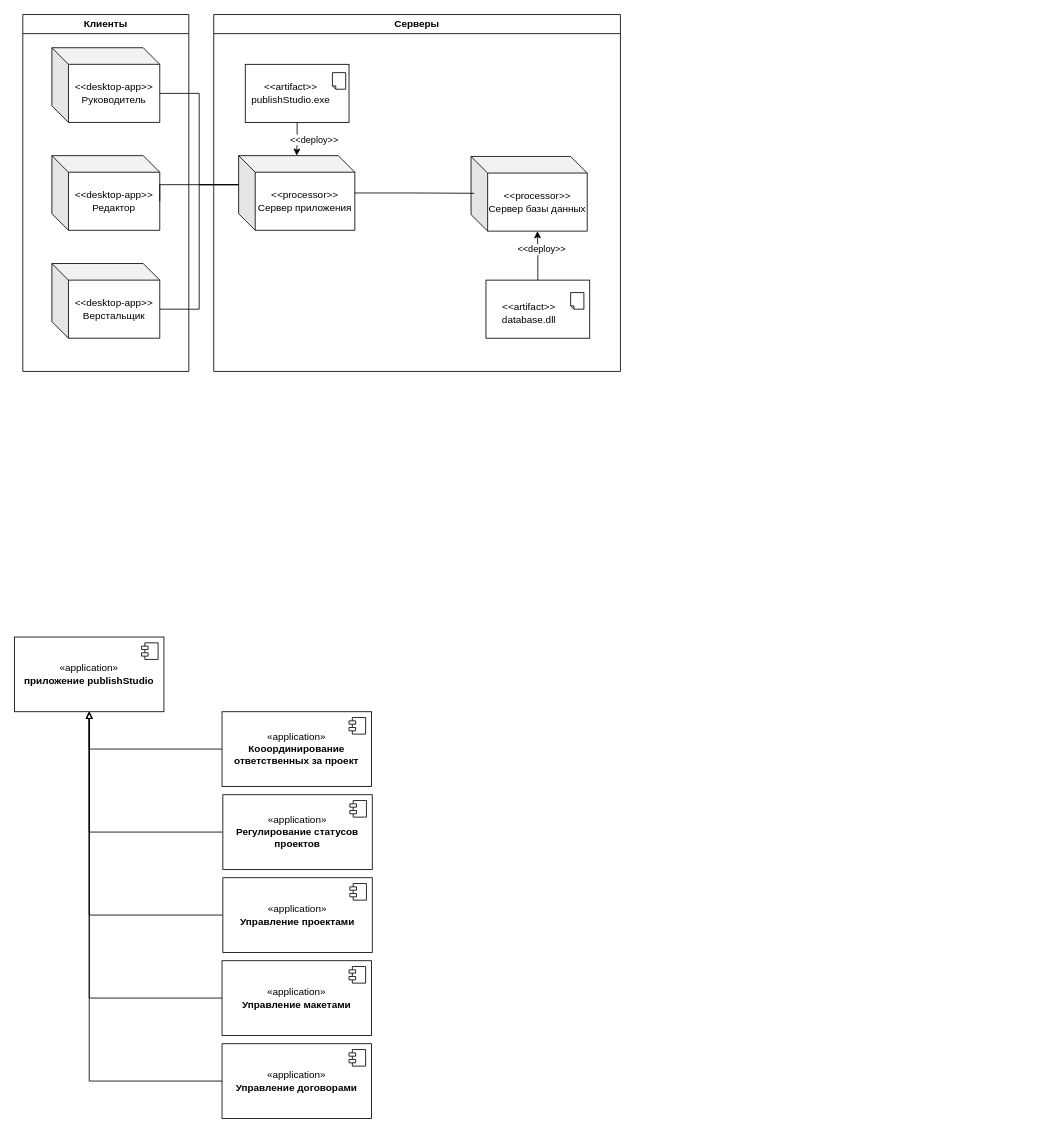
Above: prac7.drawio in danaddi/draw.io (draw.io), before the change. Source tidied: cells renumbered, new cells numbered last; positions are measured from the earlier drawing's top-left corner, leaving out a move shared by most shapes. Both pictures are drawn from the tidied source at 83%, with x=0, y=0 at pixel (14, 14).
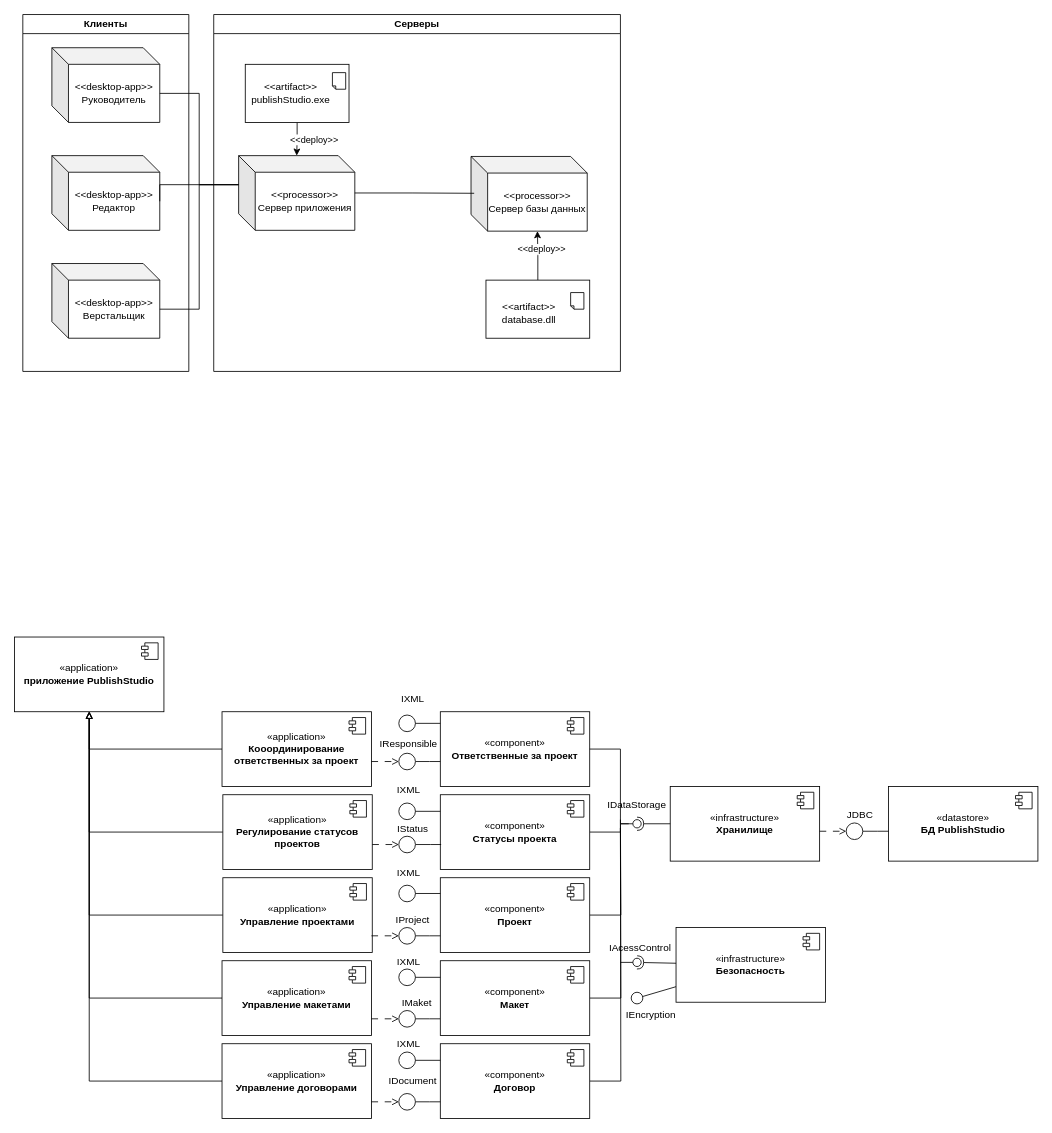
The same page after the edit.

Diff of the diagram source:
```diff
@@
-    <mxCell id="23" value="«application»&lt;br&gt;&lt;b&gt;приложение publishStudio&lt;/b&gt;" style="html=1;whiteSpace=wrap;" parent="1" vertex="1">
+    <mxCell id="23" value="«application»&lt;br&gt;&lt;b&gt;приложение PublishStudio&lt;/b&gt;" style="html=1;whiteSpace=wrap;" parent="1" vertex="1">
       <mxGeometry y="750" width="180" height="90" as="geometry" />
     </mxCell>
@@
+    <mxCell id="40" value="«component»&lt;br&gt;&lt;b&gt;Ответственные за проект&lt;/b&gt;" style="html=1;whiteSpace=wrap;" parent="1" vertex="1">
+      <mxGeometry x="513" y="840" width="180" height="90" as="geometry" />
+    </mxCell>
+    <mxCell id="41" style="shape=module;jettyWidth=8;jettyHeight=4;" parent="40" vertex="1">
+      <mxGeometry x="1" width="20" height="20" relative="1" as="geometry">
+        <mxPoint x="-27" y="7" as="offset" />
+      </mxGeometry>
+    </mxCell>
+    <mxCell id="42" style="edgeStyle=orthogonalEdgeStyle;rounded=0;jettySize=auto;html=1;exitX=1;exitY=0.5;exitDx=0;exitDy=0;endArrow=none;endFill=0;" parent="1" edge="1" source="43">
+      <mxGeometry relative="1" as="geometry">
+        <mxPoint x="740" y="975" as="targetPoint" />
+        <Array as="points">
+          <mxPoint x="730" y="985" />
+          <mxPoint x="730" y="975" />
+        </Array>
+      </mxGeometry>
+    </mxCell>
+    <mxCell id="43" value="«component»&lt;br&gt;&lt;b&gt;Статусы проекта&lt;/b&gt;" style="html=1;whiteSpace=wrap;" parent="1" vertex="1">
+      <mxGeometry x="513" y="940" width="180" height="90" as="geometry" />
+    </mxCell>
+    <mxCell id="44" style="shape=module;jettyWidth=8;jettyHeight=4;" parent="43" vertex="1">
+      <mxGeometry x="1" width="20" height="20" relative="1" as="geometry">
+        <mxPoint x="-27" y="7" as="offset" />
+      </mxGeometry>
+    </mxCell>
+    <mxCell id="45" style="edgeStyle=orthogonalEdgeStyle;rounded=0;jettySize=auto;html=1;endArrow=none;endFill=0;" parent="1" edge="1" source="46">
+      <mxGeometry relative="1" as="geometry">
+        <mxPoint x="730" y="970" as="targetPoint" />
+      </mxGeometry>
+    </mxCell>
+    <mxCell id="46" value="«component»&lt;br&gt;&lt;b&gt;Проект&lt;/b&gt;" style="html=1;whiteSpace=wrap;" parent="1" vertex="1">
+      <mxGeometry x="513" y="1040" width="180" height="90" as="geometry" />
+    </mxCell>
+    <mxCell id="47" style="shape=module;jettyWidth=8;jettyHeight=4;" parent="46" vertex="1">
+      <mxGeometry x="1" width="20" height="20" relative="1" as="geometry">
+        <mxPoint x="-27" y="7" as="offset" />
+      </mxGeometry>
+    </mxCell>
+    <mxCell id="48" style="edgeStyle=orthogonalEdgeStyle;rounded=0;jettySize=auto;html=1;entryX=1;entryY=0.5;entryDx=0;entryDy=0;endArrow=none;endFill=0;" parent="1" edge="1" target="55">
+      <mxGeometry relative="1" as="geometry">
+        <mxPoint x="513" y="1210" as="sourcePoint" />
+        <Array as="points">
+          <mxPoint x="500" y="1210" />
+          <mxPoint x="500" y="1210" />
+        </Array>
+      </mxGeometry>
+    </mxCell>
+    <mxCell id="49" style="edgeStyle=orthogonalEdgeStyle;rounded=0;jettySize=auto;html=1;endArrow=none;endFill=0;" parent="1" edge="1" source="50">
+      <mxGeometry relative="1" as="geometry">
+        <mxPoint x="730" y="980" as="targetPoint" />
+      </mxGeometry>
+    </mxCell>
+    <mxCell id="50" value="«component»&lt;br&gt;&lt;b&gt;Макет&lt;/b&gt;" style="html=1;whiteSpace=wrap;" parent="1" vertex="1">
+      <mxGeometry x="513" y="1140" width="180" height="90" as="geometry" />
+    </mxCell>
+    <mxCell id="51" style="shape=module;jettyWidth=8;jettyHeight=4;" parent="50" vertex="1">
+      <mxGeometry x="1" width="20" height="20" relative="1" as="geometry">
+        <mxPoint x="-27" y="7" as="offset" />
+      </mxGeometry>
+    </mxCell>
+    <mxCell id="52" style="edgeStyle=orthogonalEdgeStyle;rounded=0;jettySize=auto;html=1;exitX=1;exitY=0.5;exitDx=0;exitDy=0;endArrow=none;endFill=0;" parent="1" edge="1" source="53">
+      <mxGeometry relative="1" as="geometry">
+        <mxPoint x="730" y="980" as="targetPoint" />
+      </mxGeometry>
+    </mxCell>
+    <mxCell id="53" value="«component»&lt;br&gt;&lt;b&gt;Договор&lt;/b&gt;" style="html=1;whiteSpace=wrap;" parent="1" vertex="1">
+      <mxGeometry x="513" y="1240" width="180" height="90" as="geometry" />
+    </mxCell>
+    <mxCell id="54" style="shape=module;jettyWidth=8;jettyHeight=4;" parent="53" vertex="1">
+      <mxGeometry x="1" width="20" height="20" relative="1" as="geometry">
+        <mxPoint x="-27" y="7" as="offset" />
+      </mxGeometry>
+    </mxCell>
+    <mxCell id="55" style="ellipse;html=1;" parent="1" vertex="1">
+      <mxGeometry x="463" y="1200" width="20" height="20" as="geometry" />
+    </mxCell>
+    <mxCell id="56" style="endArrow=open;html=1;rounded=0;align=center;verticalAlign=top;endFill=0;labelBackgroundColor=none;endSize=6;dashed=1;dashPattern=8 8;" parent="1" edge="1" target="55">
+      <mxGeometry relative="1" as="geometry">
+        <mxPoint x="430" y="1210" as="sourcePoint" />
+      </mxGeometry>
+    </mxCell>
+    <mxCell id="57" style="edgeStyle=orthogonalEdgeStyle;rounded=0;jettySize=auto;html=1;entryX=1;entryY=0.5;entryDx=0;entryDy=0;endArrow=none;endFill=0;" parent="1" edge="1" target="58">
+      <mxGeometry relative="1" as="geometry">
+        <mxPoint x="513" y="1110" as="sourcePoint" />
+        <Array as="points">
+          <mxPoint x="500" y="1110" />
+          <mxPoint x="500" y="1110" />
+        </Array>
+      </mxGeometry>
+    </mxCell>
+    <mxCell id="58" style="ellipse;html=1;" parent="1" vertex="1">
+      <mxGeometry x="463" y="1100" width="20" height="20" as="geometry" />
+    </mxCell>
+    <mxCell id="59" style="endArrow=open;html=1;rounded=0;align=center;verticalAlign=top;endFill=0;labelBackgroundColor=none;endSize=6;dashed=1;dashPattern=8 8;" parent="1" edge="1" target="58">
+      <mxGeometry relative="1" as="geometry">
+        <mxPoint x="430" y="1110" as="sourcePoint" />
+      </mxGeometry>
+    </mxCell>
+    <mxCell id="60" style="edgeStyle=orthogonalEdgeStyle;rounded=0;jettySize=auto;html=1;entryX=1;entryY=0.5;entryDx=0;entryDy=0;endArrow=none;endFill=0;" parent="1" edge="1" target="61">
+      <mxGeometry relative="1" as="geometry">
+        <mxPoint x="514" y="1000" as="sourcePoint" />
+        <Array as="points">
+          <mxPoint x="501" y="1000" />
+          <mxPoint x="501" y="1000" />
+        </Array>
+      </mxGeometry>
+    </mxCell>
+    <mxCell id="61" style="ellipse;html=1;" parent="1" vertex="1">
+      <mxGeometry x="463" y="990" width="20" height="20" as="geometry" />
+    </mxCell>
+    <mxCell id="62" style="endArrow=open;html=1;rounded=0;align=center;verticalAlign=top;endFill=0;labelBackgroundColor=none;endSize=6;dashed=1;dashPattern=8 8;" parent="1" edge="1" target="61">
+      <mxGeometry relative="1" as="geometry">
+        <mxPoint x="431" y="1000" as="sourcePoint" />
+      </mxGeometry>
+    </mxCell>
+    <mxCell id="63" style="edgeStyle=orthogonalEdgeStyle;rounded=0;jettySize=auto;html=1;entryX=1;entryY=0.5;entryDx=0;entryDy=0;endArrow=none;endFill=0;" parent="1" edge="1" target="64">
+      <mxGeometry relative="1" as="geometry">
+        <mxPoint x="513" y="900" as="sourcePoint" />
+        <Array as="points">
+          <mxPoint x="500" y="900" />
+          <mxPoint x="500" y="900" />
+        </Array>
+      </mxGeometry>
+    </mxCell>
+    <mxCell id="64" style="ellipse;html=1;" parent="1" vertex="1">
+      <mxGeometry x="463" y="890" width="20" height="20" as="geometry" />
+    </mxCell>
+    <mxCell id="65" style="endArrow=open;html=1;rounded=0;align=center;verticalAlign=top;endFill=0;labelBackgroundColor=none;endSize=6;dashed=1;dashPattern=8 8;" parent="1" edge="1" target="64">
+      <mxGeometry relative="1" as="geometry">
+        <mxPoint x="430" y="900" as="sourcePoint" />
+      </mxGeometry>
+    </mxCell>
+    <mxCell id="66" style="edgeStyle=orthogonalEdgeStyle;rounded=0;jettySize=auto;html=1;entryX=1;entryY=0.5;entryDx=0;entryDy=0;endArrow=none;endFill=0;" parent="1" edge="1" target="67">
+      <mxGeometry relative="1" as="geometry">
+        <mxPoint x="513" y="1310" as="sourcePoint" />
+        <Array as="points">
+          <mxPoint x="500" y="1310" />
+          <mxPoint x="500" y="1310" />
+        </Array>
+      </mxGeometry>
+    </mxCell>
+    <mxCell id="67" style="ellipse;html=1;" parent="1" vertex="1">
+      <mxGeometry x="463" y="1300" width="20" height="20" as="geometry" />
+    </mxCell>
+    <mxCell id="68" style="endArrow=open;html=1;rounded=0;align=center;verticalAlign=top;endFill=0;labelBackgroundColor=none;endSize=6;dashed=1;dashPattern=8 8;" parent="1" edge="1" target="67">
+      <mxGeometry relative="1" as="geometry">
+        <mxPoint x="430" y="1310" as="sourcePoint" />
+      </mxGeometry>
+    </mxCell>
+    <mxCell id="69" value="IDocument" style="text;html=1;whiteSpace=wrap;strokeColor=none;fillColor=none;align=center;verticalAlign=middle;rounded=0;" parent="1" vertex="1">
+      <mxGeometry x="450" y="1270" width="60" height="30" as="geometry" />
+    </mxCell>
+    <mxCell id="70" value="IMaket" style="text;html=1;whiteSpace=wrap;strokeColor=none;fillColor=none;align=center;verticalAlign=middle;rounded=0;" parent="1" vertex="1">
+      <mxGeometry x="455" y="1176" width="60" height="30" as="geometry" />
+    </mxCell>
+    <mxCell id="71" value="IProject" style="text;html=1;whiteSpace=wrap;strokeColor=none;fillColor=none;align=center;verticalAlign=middle;rounded=0;" parent="1" vertex="1">
+      <mxGeometry x="450" y="1076" width="60" height="30" as="geometry" />
+    </mxCell>
+    <mxCell id="72" value="IStatus" style="text;html=1;whiteSpace=wrap;strokeColor=none;fillColor=none;align=center;verticalAlign=middle;rounded=0;" parent="1" vertex="1">
+      <mxGeometry x="450" y="966" width="60" height="30" as="geometry" />
+    </mxCell>
+    <mxCell id="73" value="IResponsible" style="text;html=1;whiteSpace=wrap;strokeColor=none;fillColor=none;align=center;verticalAlign=middle;rounded=0;" parent="1" vertex="1">
+      <mxGeometry x="445" y="864" width="60" height="30" as="geometry" />
+    </mxCell>
+    <mxCell id="74" style="ellipse;html=1;" parent="1" vertex="1">
+      <mxGeometry x="463" y="844" width="20" height="20" as="geometry" />
+    </mxCell>
+    <mxCell id="75" style="endArrow=none;html=1;rounded=0;align=center;verticalAlign=top;endFill=0;labelBackgroundColor=none;endSize=6;" parent="1" edge="1" target="74">
+      <mxGeometry relative="1" as="geometry">
+        <mxPoint x="513" y="854" as="sourcePoint" />
+      </mxGeometry>
+    </mxCell>
+    <mxCell id="76" style="ellipse;html=1;" parent="1" vertex="1">
+      <mxGeometry x="463" y="950" width="20" height="20" as="geometry" />
+    </mxCell>
+    <mxCell id="77" style="endArrow=none;html=1;rounded=0;align=center;verticalAlign=top;endFill=0;labelBackgroundColor=none;endSize=6;" parent="1" edge="1" target="76">
+      <mxGeometry relative="1" as="geometry">
+        <mxPoint x="513" y="960" as="sourcePoint" />
+      </mxGeometry>
+    </mxCell>
+    <mxCell id="78" style="ellipse;html=1;" parent="1" vertex="1">
+      <mxGeometry x="463" y="1049" width="20" height="20" as="geometry" />
+    </mxCell>
+    <mxCell id="79" style="endArrow=none;html=1;rounded=0;align=center;verticalAlign=top;endFill=0;labelBackgroundColor=none;endSize=6;" parent="1" edge="1" target="78">
+      <mxGeometry relative="1" as="geometry">
+        <mxPoint x="513" y="1059" as="sourcePoint" />
+      </mxGeometry>
+    </mxCell>
+    <mxCell id="80" style="ellipse;html=1;" parent="1" vertex="1">
+      <mxGeometry x="463" y="1150" width="20" height="20" as="geometry" />
+    </mxCell>
+    <mxCell id="81" style="endArrow=none;html=1;rounded=0;align=center;verticalAlign=top;endFill=0;labelBackgroundColor=none;endSize=6;" parent="1" edge="1" target="80">
+      <mxGeometry relative="1" as="geometry">
+        <mxPoint x="513" y="1160" as="sourcePoint" />
+      </mxGeometry>
+    </mxCell>
+    <mxCell id="82" style="ellipse;html=1;" parent="1" vertex="1">
+      <mxGeometry x="463" y="1250" width="20" height="20" as="geometry" />
+    </mxCell>
+    <mxCell id="83" style="endArrow=none;html=1;rounded=0;align=center;verticalAlign=top;endFill=0;labelBackgroundColor=none;endSize=6;" parent="1" edge="1" target="82">
+      <mxGeometry relative="1" as="geometry">
+        <mxPoint x="513" y="1260" as="sourcePoint" />
+      </mxGeometry>
+    </mxCell>
+    <mxCell id="84" value="IXML" style="text;html=1;whiteSpace=wrap;strokeColor=none;fillColor=none;align=center;verticalAlign=middle;rounded=0;" parent="1" vertex="1">
+      <mxGeometry x="450" y="810" width="60" height="30" as="geometry" />
+    </mxCell>
+    <mxCell id="85" value="IXML" style="text;html=1;whiteSpace=wrap;strokeColor=none;fillColor=none;align=center;verticalAlign=middle;rounded=0;" parent="1" vertex="1">
+      <mxGeometry x="445" y="920" width="60" height="30" as="geometry" />
+    </mxCell>
+    <mxCell id="86" value="IXML" style="text;html=1;whiteSpace=wrap;strokeColor=none;fillColor=none;align=center;verticalAlign=middle;rounded=0;" parent="1" vertex="1">
+      <mxGeometry x="445" y="1019" width="60" height="30" as="geometry" />
+    </mxCell>
+    <mxCell id="87" value="IXML" style="text;html=1;whiteSpace=wrap;strokeColor=none;fillColor=none;align=center;verticalAlign=middle;rounded=0;" parent="1" vertex="1">
+      <mxGeometry x="445" y="1127" width="60" height="30" as="geometry" />
+    </mxCell>
+    <mxCell id="88" value="IXML" style="text;html=1;whiteSpace=wrap;strokeColor=none;fillColor=none;align=center;verticalAlign=middle;rounded=0;" parent="1" vertex="1">
+      <mxGeometry x="445" y="1225" width="60" height="30" as="geometry" />
+    </mxCell>
+    <mxCell id="89" value="«infrastructure»&lt;br&gt;&lt;b&gt;Хранилище&lt;/b&gt;" style="html=1;whiteSpace=wrap;" parent="1" vertex="1">
+      <mxGeometry x="790" y="930" width="180" height="90" as="geometry" />
+    </mxCell>
+    <mxCell id="90" style="shape=module;jettyWidth=8;jettyHeight=4;" parent="89" vertex="1">
+      <mxGeometry x="1" width="20" height="20" relative="1" as="geometry">
+        <mxPoint x="-27" y="7" as="offset" />
+      </mxGeometry>
+    </mxCell>
+    <mxCell id="91" value="«infrastructure»&lt;br&gt;&lt;b&gt;Безопасность&lt;/b&gt;" style="html=1;whiteSpace=wrap;" parent="1" vertex="1">
+      <mxGeometry x="797" y="1100" width="180" height="90" as="geometry" />
+    </mxCell>
+    <mxCell id="92" style="shape=module;jettyWidth=8;jettyHeight=4;" parent="91" vertex="1">
+      <mxGeometry x="1" width="20" height="20" relative="1" as="geometry">
+        <mxPoint x="-27" y="7" as="offset" />
+      </mxGeometry>
+    </mxCell>
+    <mxCell id="93" value="«datastore»&lt;br&gt;&lt;b&gt;БД PublishStudio&lt;/b&gt;" style="html=1;whiteSpace=wrap;" parent="1" vertex="1">
+      <mxGeometry x="1053" y="930" width="180" height="90" as="geometry" />
+    </mxCell>
+    <mxCell id="94" style="shape=module;jettyWidth=8;jettyHeight=4;" parent="93" vertex="1">
+      <mxGeometry x="1" width="20" height="20" relative="1" as="geometry">
+        <mxPoint x="-27" y="7" as="offset" />
+      </mxGeometry>
+    </mxCell>
+    <mxCell id="95" style="edgeStyle=orthogonalEdgeStyle;rounded=0;jettySize=auto;html=1;entryX=1;entryY=0.5;entryDx=0;entryDy=0;endArrow=none;endFill=0;" parent="1" edge="1" target="96">
+      <mxGeometry relative="1" as="geometry">
+        <mxPoint x="1053" y="984" as="sourcePoint" />
+        <Array as="points">
+          <mxPoint x="1040" y="984" />
+          <mxPoint x="1040" y="984" />
+        </Array>
+      </mxGeometry>
+    </mxCell>
+    <mxCell id="96" style="ellipse;html=1;" parent="1" vertex="1">
+      <mxGeometry x="1002" y="974" width="20" height="20" as="geometry" />
+    </mxCell>
+    <mxCell id="97" style="endArrow=open;html=1;rounded=0;align=center;verticalAlign=top;endFill=0;labelBackgroundColor=none;endSize=6;dashed=1;dashPattern=8 8;" parent="1" edge="1" target="96">
+      <mxGeometry relative="1" as="geometry">
+        <mxPoint x="970" y="984" as="sourcePoint" />
+      </mxGeometry>
+    </mxCell>
+    <mxCell id="98" value="JDBC" style="text;html=1;whiteSpace=wrap;strokeColor=none;fillColor=none;align=center;verticalAlign=middle;rounded=0;" parent="1" vertex="1">
+      <mxGeometry x="989" y="950" width="60" height="30" as="geometry" />
+    </mxCell>
+    <mxCell id="99" style="rounded=0;jettySize=auto;html=1;endArrow=halfCircle;endFill=0;endSize=6;strokeWidth=1;sketch=0;exitX=0;exitY=0.5;exitDx=0;exitDy=0;" parent="1" edge="1" source="89" target="101">
+      <mxGeometry relative="1" as="geometry" />
+    </mxCell>
+    <mxCell id="100" style="rounded=0;jettySize=auto;html=1;endArrow=oval;endFill=0;sketch=0;sourcePerimeterSpacing=0;targetPerimeterSpacing=0;endSize=10;exitX=1;exitY=0.5;exitDx=0;exitDy=0;edgeStyle=orthogonalEdgeStyle;" parent="1" edge="1" source="40" target="101">
+      <mxGeometry relative="1" as="geometry">
+        <Array as="points">
+          <mxPoint x="730" y="885" />
+          <mxPoint x="730" y="975" />
+        </Array>
+      </mxGeometry>
+    </mxCell>
+    <mxCell id="101" style="ellipse;whiteSpace=wrap;html=1;align=center;fillColor=none;strokeColor=none;perimeter=centerPerimeter;points=[];outlineConnect=1;" parent="1" vertex="1">
+      <mxGeometry x="745" y="970" width="10" height="10" as="geometry" />
+    </mxCell>
+    <mxCell id="102" style="rounded=0;jettySize=auto;html=1;endArrow=halfCircle;endFill=0;endSize=6;strokeWidth=1;sketch=0;" parent="1" edge="1" source="91" target="104">
+      <mxGeometry relative="1" as="geometry" />
+    </mxCell>
+    <mxCell id="103" style="rounded=0;jettySize=auto;html=1;endArrow=oval;endFill=0;sketch=0;sourcePerimeterSpacing=0;targetPerimeterSpacing=0;endSize=10;" parent="1" edge="1" target="104">
+      <mxGeometry relative="1" as="geometry">
+        <mxPoint x="730" y="1142" as="sourcePoint" />
+      </mxGeometry>
+    </mxCell>
+    <mxCell id="104" style="ellipse;whiteSpace=wrap;html=1;align=center;fillColor=none;strokeColor=none;perimeter=centerPerimeter;points=[];outlineConnect=1;" parent="1" vertex="1">
+      <mxGeometry x="745" y="1137" width="10" height="10" as="geometry" />
+    </mxCell>
+    <mxCell id="105" value="IDataStorage" style="text;html=1;whiteSpace=wrap;strokeColor=none;fillColor=none;align=center;verticalAlign=middle;rounded=0;" parent="1" vertex="1">
+      <mxGeometry x="716" y="936" width="68" height="34" as="geometry" />
+    </mxCell>
+    <mxCell id="106" value="IAcessControl" style="text;html=1;whiteSpace=wrap;strokeColor=none;fillColor=none;align=center;verticalAlign=middle;rounded=0;" parent="1" vertex="1">
+      <mxGeometry x="724" y="1110" width="60" height="30" as="geometry" />
+    </mxCell>
+    <mxCell id="107" style="rounded=0;jettySize=auto;html=1;endArrow=none;endFill=0;" parent="1" edge="1" source="108" target="91">
+      <mxGeometry relative="1" as="geometry" />
+    </mxCell>
+    <mxCell id="108" style="ellipse;" parent="1" vertex="1">
+      <mxGeometry x="743" y="1178" width="14" height="14" as="geometry" />
+    </mxCell>
+    <mxCell id="109" value="IEncryption" style="text;html=1;whiteSpace=wrap;strokeColor=none;fillColor=none;align=center;verticalAlign=middle;rounded=0;" parent="1" vertex="1">
+      <mxGeometry x="737" y="1190" width="60" height="30" as="geometry" />
+    </mxCell>
```
